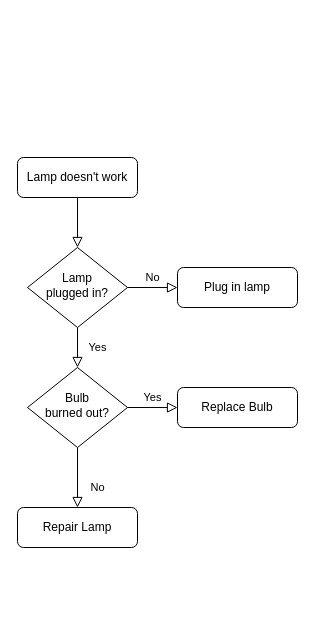
Above: Diagrama sin título.drawio in Astarothki/scaling-octo-dollop (draw.io), before the change. Source tidied: cells renumbered, new cells numbered last; positions are measured from the earlier drawing's top-left corner, leaving out a move shared by most shapes. Both pictures are drawn from the tidied source at 100%, with x=0, y=0 at pixel (17, 157).
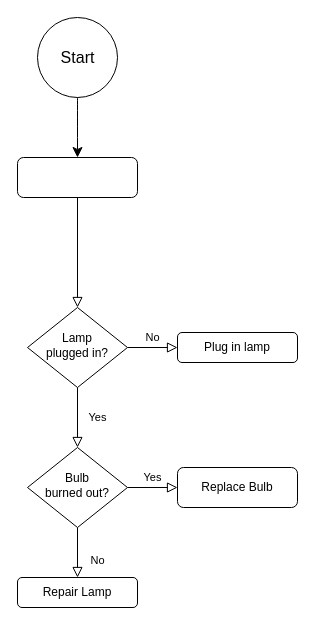
The same diagram, later.

Diff of the diagram source:
```diff
@@
 <mxGraphModel>
   <root>
     <mxCell id="0" />
     <mxCell id="1" parent="0" />
     <mxCell id="2" style="rounded=0;html=1;jettySize=auto;fontSize=11;endArrow=block;endFill=0;endSize=8;strokeWidth=1;shadow=0;labelBackgroundColor=none;edgeStyle=orthogonalEdgeStyle;" parent="1" edge="1" source="3" target="6">
       <mxGeometry relative="1" as="geometry" />
     </mxCell>
-    <mxCell id="3" value="Lamp doesn't work" style="rounded=1;whiteSpace=wrap;html=1;fontSize=12;glass=0;strokeWidth=1;shadow=0;" parent="1" vertex="1">
+    <mxCell id="3" style="rounded=1;whiteSpace=wrap;html=1;fontSize=12;glass=0;strokeWidth=1;shadow=0;" parent="1" vertex="1">
       <mxGeometry width="120" height="40" as="geometry" />
     </mxCell>
     <mxCell id="4" value="Yes" style="rounded=0;html=1;jettySize=auto;fontSize=11;endArrow=block;endFill=0;endSize=8;strokeWidth=1;shadow=0;labelBackgroundColor=none;edgeStyle=orthogonalEdgeStyle;" parent="1" edge="1" source="6" target="10">
       <mxGeometry y="20" relative="1" as="geometry" />
     </mxCell>
     <mxCell id="5" value="No" style="edgeStyle=orthogonalEdgeStyle;rounded=0;html=1;jettySize=auto;fontSize=11;endArrow=block;endFill=0;endSize=8;strokeWidth=1;shadow=0;labelBackgroundColor=none;" parent="1" edge="1" source="6" target="7">
       <mxGeometry y="10" relative="1" as="geometry" />
     </mxCell>
     <mxCell id="6" value="Lamp&lt;br&gt;plugged in?" style="rhombus;whiteSpace=wrap;html=1;shadow=0;fontFamily=Helvetica;fontSize=12;align=center;strokeWidth=1;spacing=6;spacingTop=-4;" parent="1" vertex="1">
-      <mxGeometry x="10" y="90" width="100" height="80" as="geometry" />
+      <mxGeometry x="10" y="150" width="100" height="80" as="geometry" />
     </mxCell>
     <mxCell id="7" value="Plug in lamp" style="rounded=1;whiteSpace=wrap;html=1;fontSize=12;glass=0;strokeWidth=1;shadow=0;" parent="1" vertex="1">
-      <mxGeometry x="160" y="110" width="120" height="40" as="geometry" />
+      <mxGeometry x="160" y="175" width="120" height="30" as="geometry" />
     </mxCell>
     <mxCell id="8" value="No" style="rounded=0;html=1;jettySize=auto;fontSize=11;endArrow=block;endFill=0;endSize=8;strokeWidth=1;shadow=0;labelBackgroundColor=none;edgeStyle=orthogonalEdgeStyle;" parent="1" edge="1" source="10" target="11">
       <mxGeometry x="0.33" y="20" relative="1" as="geometry" />
     </mxCell>
     <mxCell id="9" value="Yes" style="edgeStyle=orthogonalEdgeStyle;rounded=0;html=1;jettySize=auto;fontSize=11;endArrow=block;endFill=0;endSize=8;strokeWidth=1;shadow=0;labelBackgroundColor=none;" parent="1" edge="1" source="10" target="12">
       <mxGeometry y="10" relative="1" as="geometry" />
     </mxCell>
     <mxCell id="10" value="Bulb&lt;br&gt;burned out?" style="rhombus;whiteSpace=wrap;html=1;shadow=0;fontFamily=Helvetica;fontSize=12;align=center;strokeWidth=1;spacing=6;spacingTop=-4;" parent="1" vertex="1">
-      <mxGeometry x="10" y="210" width="100" height="80" as="geometry" />
+      <mxGeometry x="10" y="290" width="100" height="80" as="geometry" />
     </mxCell>
     <mxCell id="11" value="Repair Lamp" style="rounded=1;whiteSpace=wrap;html=1;fontSize=12;glass=0;strokeWidth=1;shadow=0;" parent="1" vertex="1">
-      <mxGeometry y="350" width="120" height="40" as="geometry" />
+      <mxGeometry y="420" width="120" height="30" as="geometry" />
     </mxCell>
     <mxCell id="12" value="Replace Bulb" style="rounded=1;whiteSpace=wrap;html=1;fontSize=12;glass=0;strokeWidth=1;shadow=0;" parent="1" vertex="1">
-      <mxGeometry x="160" y="230" width="120" height="40" as="geometry" />
+      <mxGeometry x="160" y="310" width="120" height="40" as="geometry" />
     </mxCell>
+    <mxCell id="13" style="ellipse;whiteSpace=wrap;html=1;fontSize=16;" parent="1" vertex="1">
+      <mxGeometry x="20" y="-140" width="80" height="80" as="geometry" />
+    </mxCell>
+    <mxCell id="14" value="Start" style="text;html=1;align=center;verticalAlign=middle;strokeColor=none;fillColor=none;fontSize=16;" parent="1" vertex="1">
+      <mxGeometry x="30" y="-115" width="60" height="30" as="geometry" />
+    </mxCell>
+    <mxCell id="15" style="edgeStyle=none;jettySize=auto;html=1;rounded=0;fontSize=12;startSize=8;endSize=8;curved=1;entryX=0.5;entryY=0;entryDx=0;entryDy=0;" parent="1" edge="1" source="13" target="3">
+      <mxGeometry relative="1" as="geometry" />
+    </mxCell>
   </root>
 </mxGraphModel>
```
